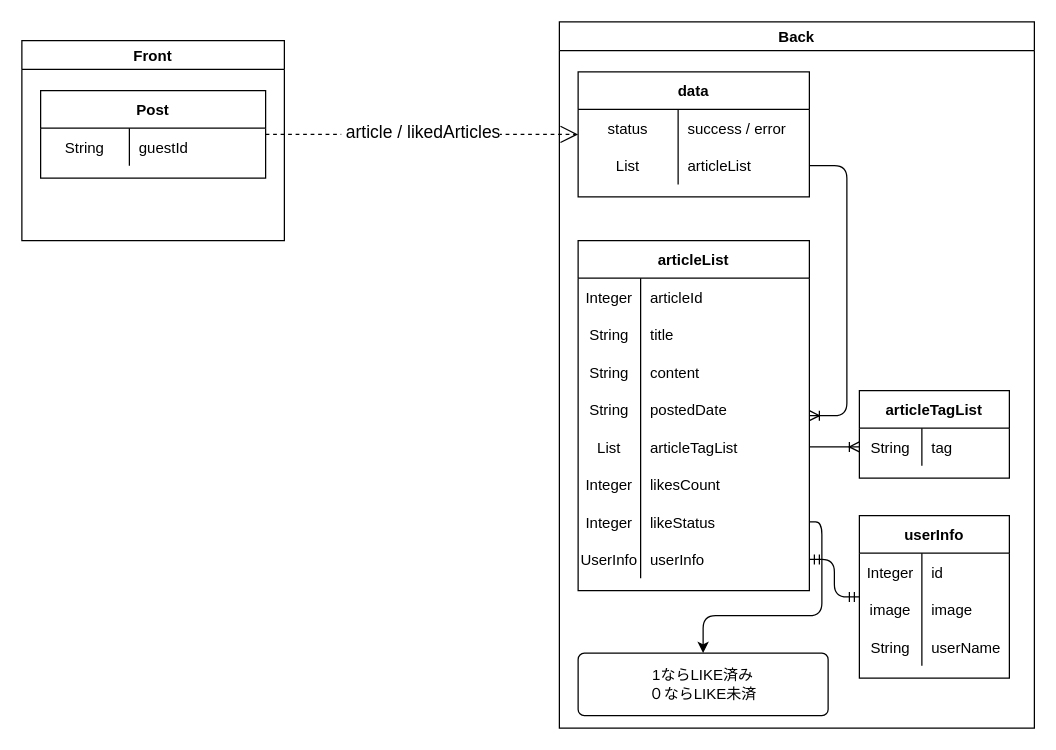
Earlier version of the draw.io diagram page "[表示]投稿記事一覧" (5 of 20) of Designs/基本設計.drawio (yusuke-rakus/Qiish). Source tidied: cells renumbered, new cells numbered last; positions are measured from the earlier drawing's top-left corner, leaving out a move shared by most shapes. Both pictures are drawn from the tidied source at 125%, with x=0, y=0 at pixel (21, 21).
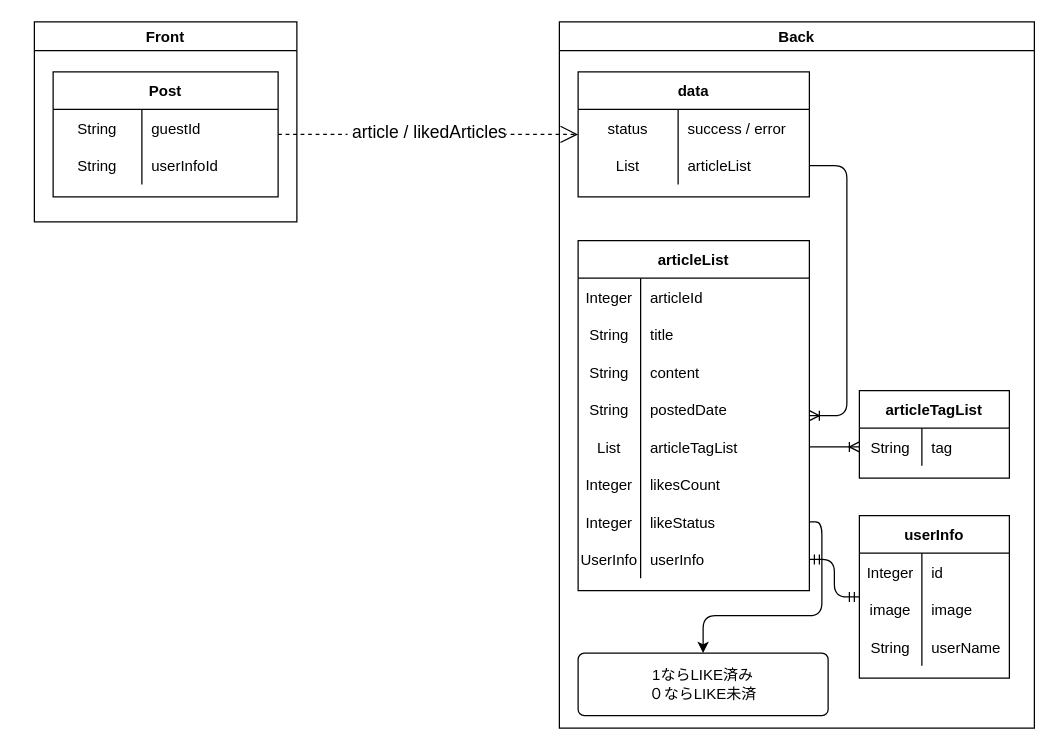
Above is the later version.

Diff of the diagram source:
```diff
@@
     <mxCell id="56" value="Front" style="swimlane;" parent="1" vertex="1">
-      <mxGeometry y="15" width="210" height="160" as="geometry" />
+      <mxGeometry x="10" width="210" height="160" as="geometry" />
     </mxCell>
     <mxCell id="57" value="Post" style="shape=table;startSize=30;childLayout=tableLayout;rowLines=0;fontStyle=1;align=center;" parent="56" vertex="1">
-      <mxGeometry x="15" y="40" width="180" height="70" as="geometry" />
+      <mxGeometry x="15" y="40" width="180" height="100" as="geometry" />
     </mxCell>
@@
+    <mxCell id="61" style="shape=partialRectangle;fillColor=none;top=0;left=0;bottom=0;right=0;" parent="57" vertex="1">
+      <mxGeometry y="60" width="180" height="30" as="geometry" />
+    </mxCell>
+    <mxCell id="62" value="String" style="shape=partialRectangle;fillColor=none;top=0;left=0;bottom=0;right=0;overflow=hidden;" parent="61" vertex="1">
+      <mxGeometry width="71" height="30" as="geometry" />
+    </mxCell>
+    <mxCell id="63" value="userInfoId" style="shape=partialRectangle;fillColor=none;top=0;left=0;bottom=0;right=0;align=left;spacingLeft=6;overflow=hidden;" parent="61" vertex="1">
+      <mxGeometry x="71" width="109" height="30" as="geometry" />
+    </mxCell>
```
